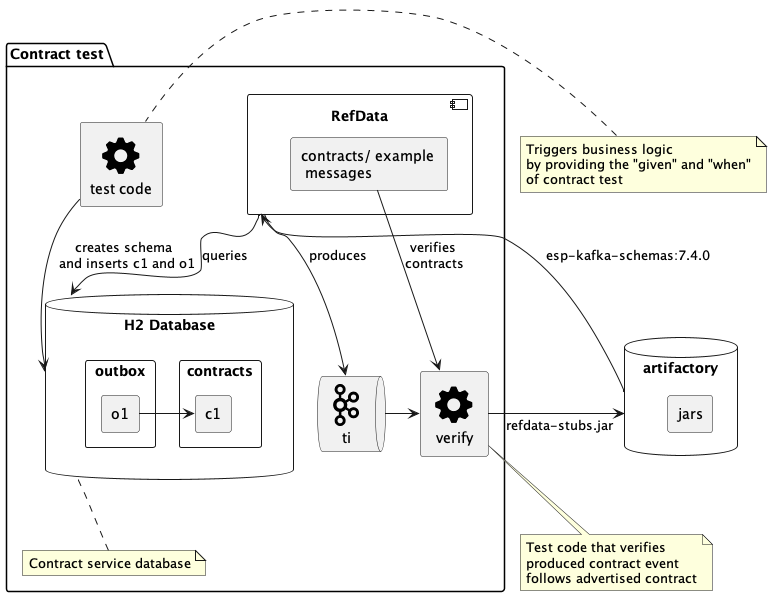
vspiliop/kafka-contract-test-producer keeps this PlantUML diagram as images/src/main/plantuml/contract-refdata-producer-contract-test.png. Above is the earlier version. The source it was exported from:
```plantuml
@startuml
!include ./sprites.puml

package "Contract test" as contractTest{
  rectangle "test code" <<$cog>> as tst
    database "H2 Database" as db {
     rectangle contracts {
        rectangle c1
     }
     rectangle outbox {
      rectangle o1
     }
     o1 -> c1
    }

  component RefData as refd {
    rectangle "contracts/ example \n messages" as con
  }
  queue ti <<$kafka>>
  rectangle verify <<$cog>> as ver
  note bottom of db
   Contract service database
  end note
}

note left of tst
    Triggers business logic
    by providing the "given" and "when"
    of contract test
end note

note bottom of ver
  Test code that verifies
  produced contract event
  follows advertised contract
end note

database artifactory as ar {
 rectangle jars
}

tst --> db: creates schema \n and inserts c1 and o1
refd --> ti: produces
ver -> ar: refdata-stubs.jar
ti -> ver
ar --> refd: esp-kafka-schemas:7.4.0
con -> ver: "verifies \ncontracts"
refd --> db: queries

@enduml
```
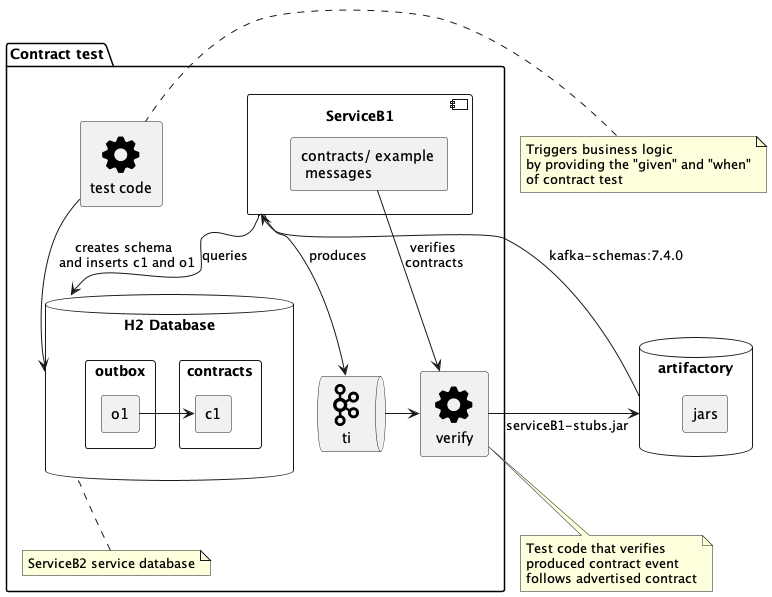
The same file after the commit.

The edit, as a diff of the source:
```diff
@@ -13,13 +13,13 @@
      o1 -> c1
     }
 
-  component RefData as refd {
+  component ServiceB1 as refd {
     rectangle "contracts/ example \n messages" as con
   }
   queue ti <<$kafka>>
   rectangle verify <<$cog>> as ver
   note bottom of db
-   Contract service database
+   ServiceB2 service database
   end note
 }
 
@@ -41,9 +41,9 @@
 
 tst --> db: creates schema \n and inserts c1 and o1
 refd --> ti: produces
-ver -> ar: refdata-stubs.jar
+ver -> ar: serviceB1-stubs.jar
 ti -> ver
-ar --> refd: esp-kafka-schemas:7.4.0
+ar --> refd: kafka-schemas:7.4.0
 con -> ver: "verifies \ncontracts"
 refd --> db: queries
 
```
